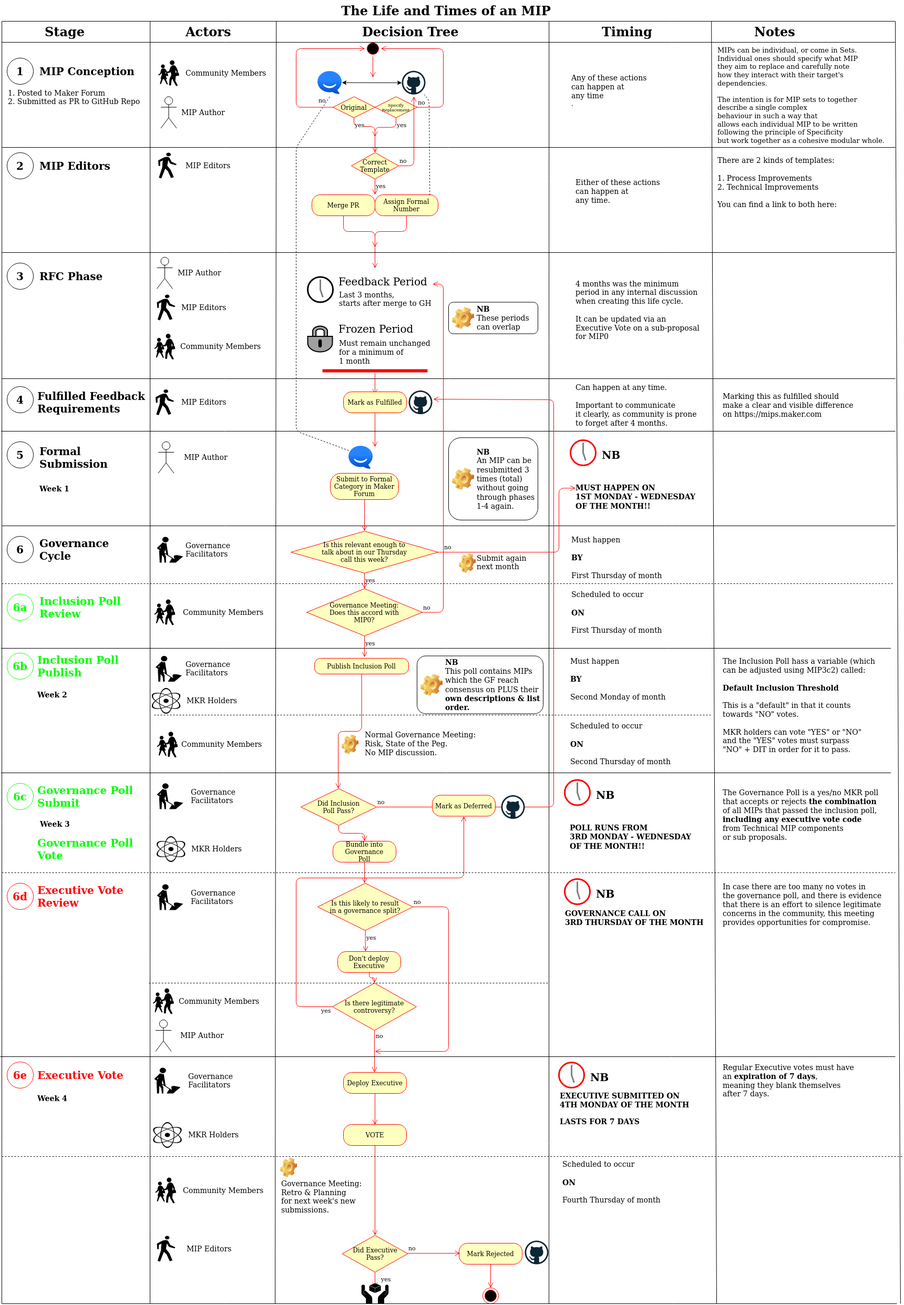
Earlier version of the draw.io export Life and Times of MIPs.png (andytudhope/maker-flow). Source tidied: cells renumbered, new cells last; positions are measured from the earlier drawing's top-left corner, leaving out a move shared by most shapes.
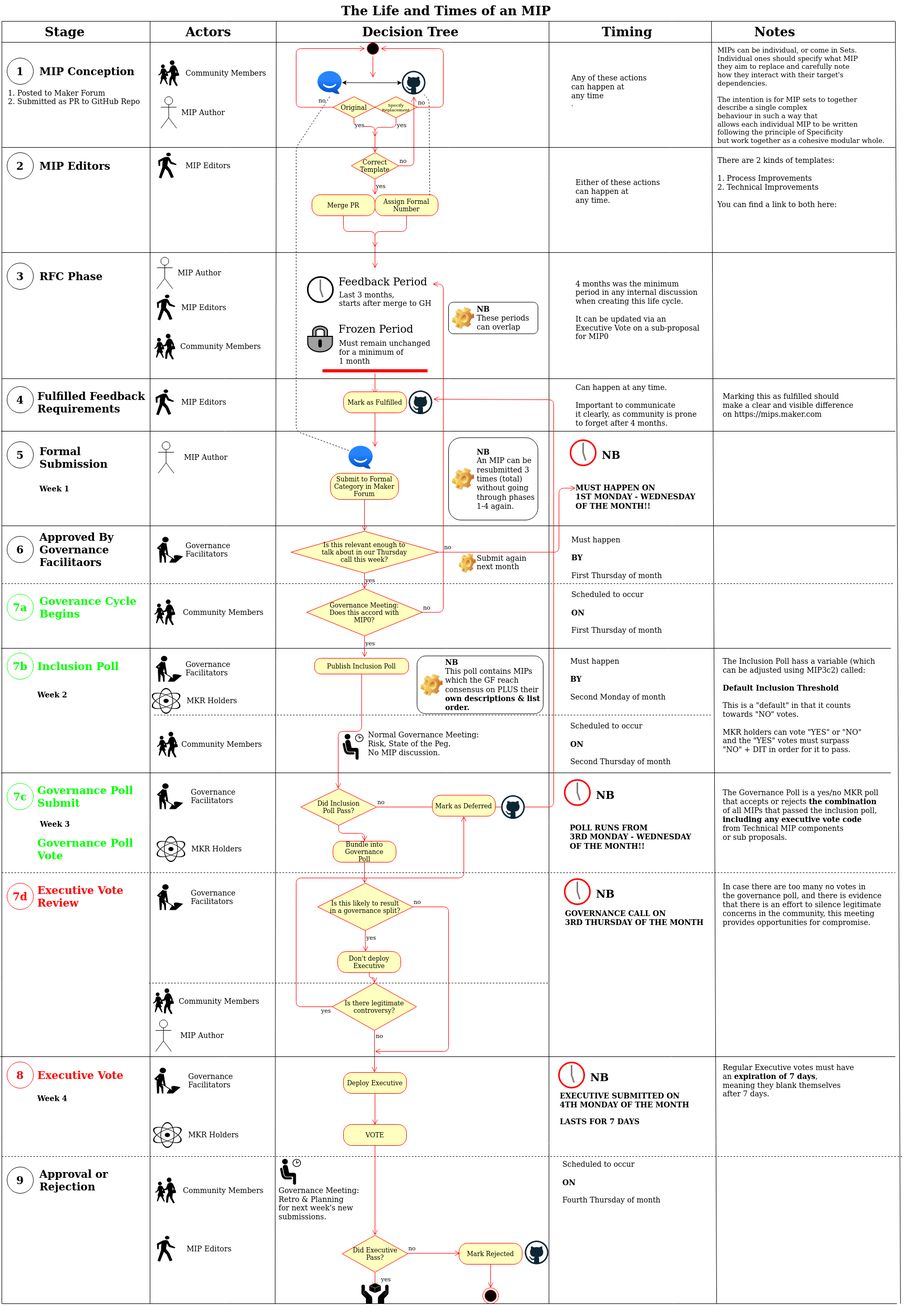
Later version of the same file.

Change to the diagram source:
```diff
@@ -305,8 +305,8 @@
     <mxCell id="77" value="&lt;b&gt;&lt;font style=&quot;font-size: 20px&quot;&gt;6&lt;/font&gt;&lt;/b&gt;" style="ellipse;whiteSpace=wrap;html=1;" parent="1" vertex="1">
       <mxGeometry x="13" y="1020" width="50" height="50" as="geometry" />
     </mxCell>
-    <mxCell id="78" value="&lt;div style=&quot;font-size: 20px&quot; align=&quot;left&quot;&gt;&lt;font style=&quot;font-size: 20px&quot;&gt;&lt;b&gt;Governance&lt;/b&gt;&lt;/font&gt;&lt;/div&gt;&lt;div style=&quot;font-size: 20px&quot; align=&quot;left&quot;&gt;&lt;font style=&quot;font-size: 20px&quot;&gt;&lt;b&gt;Cycle&lt;br&gt;&lt;/b&gt;&lt;/font&gt;&lt;/div&gt;" style="text;html=1;align=left;verticalAlign=middle;" parent="1" vertex="1">
-      <mxGeometry x="73" y="1030" width="150" height="30" as="geometry" />
+    <mxCell id="78" value="&lt;div style=&quot;font-size: 20px&quot; align=&quot;left&quot;&gt;&lt;font style=&quot;font-size: 20px&quot;&gt;&lt;b&gt;Approved By&lt;/b&gt;&lt;/font&gt;&lt;/div&gt;&lt;div style=&quot;font-size: 20px&quot; align=&quot;left&quot;&gt;&lt;font style=&quot;font-size: 20px&quot;&gt;&lt;b&gt;Governance&lt;/b&gt;&lt;/font&gt;&lt;/div&gt;&lt;div style=&quot;font-size: 20px&quot; align=&quot;left&quot;&gt;&lt;font style=&quot;font-size: 20px&quot;&gt;&lt;b&gt;Facilitaors&lt;br&gt;&lt;/b&gt;&lt;/font&gt;&lt;/div&gt;" style="text;html=1;align=left;verticalAlign=middle;" parent="1" vertex="1">
+      <mxGeometry x="73" y="1020" width="160" height="50" as="geometry" />
     </mxCell>
     <mxCell id="79" value="&lt;div style=&quot;font-size: 14px&quot; align=&quot;left&quot;&gt;&lt;font style=&quot;font-size: 14px&quot;&gt;Governance&lt;/font&gt;&lt;/div&gt;&lt;div style=&quot;font-size: 14px&quot; align=&quot;left&quot;&gt;&lt;font style=&quot;font-size: 14px&quot;&gt;Facilitators&lt;br&gt;&lt;/font&gt;&lt;/div&gt;" style="text;html=1;align=left;verticalAlign=middle;" parent="1" vertex="1">
       <mxGeometry x="350.5" y="1030.5" width="100" height="30" as="geometry" />
@@ -369,11 +369,11 @@
     <mxCell id="95" value="&lt;div style=&quot;font-size: 14px&quot; align=&quot;left&quot;&gt;&lt;font style=&quot;font-size: 14px&quot;&gt;Must happen&lt;/font&gt;&lt;/div&gt;&lt;div style=&quot;font-size: 14px&quot; align=&quot;left&quot;&gt;&lt;font style=&quot;font-size: 14px&quot;&gt;&lt;br&gt;&lt;/font&gt;&lt;/div&gt;&lt;div style=&quot;font-size: 14px&quot; align=&quot;left&quot;&gt;&lt;b&gt;&lt;font style=&quot;font-size: 14px&quot;&gt;BY&lt;/font&gt;&lt;/b&gt;&lt;/div&gt;&lt;div style=&quot;font-size: 14px&quot; align=&quot;left&quot;&gt;&lt;font style=&quot;font-size: 14px&quot;&gt;&lt;br&gt;&lt;/font&gt;&lt;/div&gt;&lt;div style=&quot;font-size: 14px&quot; align=&quot;left&quot;&gt;&lt;font style=&quot;font-size: 14px&quot;&gt;First Thursday of month&lt;br&gt;&lt;/font&gt;&lt;/div&gt;" style="text;html=1;align=left;verticalAlign=middle;" parent="1" vertex="1">
       <mxGeometry x="1085" y="1021" width="190" height="80" as="geometry" />
     </mxCell>
-    <mxCell id="96" value="&lt;font color=&quot;#00FF00&quot;&gt;&lt;b&gt;&lt;font style=&quot;font-size: 20px&quot;&gt;6b&lt;/font&gt;&lt;/b&gt;&lt;/font&gt;" style="ellipse;whiteSpace=wrap;html=1;strokeColor=#00FF00;" parent="1" vertex="1">
+    <mxCell id="96" value="&lt;font color=&quot;#00FF00&quot;&gt;&lt;b&gt;&lt;font style=&quot;font-size: 20px&quot;&gt;7b&lt;/font&gt;&lt;/b&gt;&lt;/font&gt;" style="ellipse;whiteSpace=wrap;html=1;strokeColor=#00FF00;" parent="1" vertex="1">
       <mxGeometry x="13" y="1242" width="50" height="50" as="geometry" />
     </mxCell>
-    <mxCell id="97" value="&lt;div style=&quot;font-size: 20px&quot; align=&quot;left&quot;&gt;&lt;font style=&quot;font-size: 20px&quot; color=&quot;#00FF00&quot;&gt;&lt;b&gt;Inclusion Poll&lt;/b&gt;&lt;/font&gt;&lt;/div&gt;&lt;div style=&quot;font-size: 20px&quot; align=&quot;left&quot;&gt;&lt;font style=&quot;font-size: 20px&quot; color=&quot;#00FF00&quot;&gt;&lt;b&gt;Publish&lt;br&gt;&lt;/b&gt;&lt;/font&gt;&lt;/div&gt;" style="text;html=1;align=left;verticalAlign=middle;" parent="1" vertex="1">
-      <mxGeometry x="69" y="1252" width="170" height="30" as="geometry" />
+    <mxCell id="97" value="&lt;div style=&quot;font-size: 20px&quot; align=&quot;left&quot;&gt;&lt;font style=&quot;font-size: 20px&quot; color=&quot;#00FF00&quot;&gt;&lt;b&gt;Inclusion Poll&lt;/b&gt;&lt;/font&gt;&lt;/div&gt;" style="text;html=1;align=left;verticalAlign=middle;" parent="1" vertex="1">
+      <mxGeometry x="69" y="1257" width="170" height="20" as="geometry" />
     </mxCell>
     <mxCell id="98" style="endArrow=none;dashed=1;html=1;exitX=0.869;exitY=0.025;exitDx=0;exitDy=0;exitPerimeter=0;" parent="1" edge="1" source="36" target="5">
       <mxGeometry relative="1" as="geometry">
@@ -417,11 +417,11 @@
     <mxCell id="108" value="&lt;div style=&quot;font-size: 14px&quot; align=&quot;left&quot;&gt;&lt;font style=&quot;font-size: 14px&quot;&gt;The Inclusion Poll hass a variable (which&lt;/font&gt;&lt;/div&gt;&lt;div style=&quot;font-size: 14px&quot; align=&quot;left&quot;&gt;&lt;font style=&quot;font-size: 14px&quot;&gt;can be adjusted using MIP3c2) called:&lt;/font&gt;&lt;/div&gt;&lt;div style=&quot;font-size: 14px&quot; align=&quot;left&quot;&gt;&lt;font style=&quot;font-size: 14px&quot;&gt;&lt;br&gt;&lt;/font&gt;&lt;/div&gt;&lt;div style=&quot;font-size: 14px&quot; align=&quot;left&quot;&gt;&lt;b&gt;&lt;font style=&quot;font-size: 14px&quot;&gt;Default Inclusion Threshold&lt;/font&gt;&lt;/b&gt;&lt;/div&gt;&lt;div style=&quot;font-size: 14px&quot; align=&quot;left&quot;&gt;&lt;font style=&quot;font-size: 14px&quot;&gt;&lt;br&gt;&lt;/font&gt;&lt;/div&gt;&lt;div style=&quot;font-size: 14px&quot; align=&quot;left&quot;&gt;&lt;font style=&quot;font-size: 14px&quot;&gt;This is a &quot;default&quot; in that it counts&lt;/font&gt;&lt;/div&gt;&lt;div style=&quot;font-size: 14px&quot; align=&quot;left&quot;&gt;&lt;font style=&quot;font-size: 14px&quot;&gt;towards &quot;NO&quot; votes.&lt;/font&gt;&lt;/div&gt;&lt;div style=&quot;font-size: 14px&quot; align=&quot;left&quot;&gt;&lt;font style=&quot;font-size: 14px&quot;&gt;&lt;br&gt;&lt;/font&gt;&lt;/div&gt;&lt;div style=&quot;font-size: 14px&quot; align=&quot;left&quot;&gt;&lt;font style=&quot;font-size: 14px&quot;&gt;MKR holders can vote &quot;YES&quot; or &quot;NO&quot;&lt;/font&gt;&lt;/div&gt;&lt;div style=&quot;font-size: 14px&quot; align=&quot;left&quot;&gt;&lt;font style=&quot;font-size: 14px&quot;&gt;and the &quot;YES&quot; votes must surpass&lt;/font&gt;&lt;/div&gt;&lt;div style=&quot;font-size: 14px&quot; align=&quot;left&quot;&gt;&lt;font style=&quot;font-size: 14px&quot;&gt;&quot;NO&quot; + DIT in order for it to pass.&lt;br&gt;&lt;/font&gt;&lt;/div&gt;" style="text;html=1;align=left;verticalAlign=middle;" parent="1" vertex="1">
       <mxGeometry x="1373" y="1262" width="310" height="160" as="geometry" />
     </mxCell>
-    <mxCell id="109" value="&lt;font color=&quot;#00FF00&quot;&gt;&lt;b&gt;&lt;font style=&quot;font-size: 20px&quot;&gt;6a&lt;/font&gt;&lt;/b&gt;&lt;/font&gt;" style="ellipse;whiteSpace=wrap;html=1;strokeColor=#00FF00;" parent="1" vertex="1">
+    <mxCell id="109" value="&lt;font color=&quot;#00FF00&quot;&gt;&lt;b&gt;&lt;font style=&quot;font-size: 20px&quot;&gt;7a&lt;/font&gt;&lt;/b&gt;&lt;/font&gt;" style="ellipse;whiteSpace=wrap;html=1;strokeColor=#00FF00;" parent="1" vertex="1">
       <mxGeometry x="13" y="1130" width="50" height="50" as="geometry" />
     </mxCell>
-    <mxCell id="110" value="&lt;div style=&quot;font-size: 20px&quot; align=&quot;left&quot;&gt;&lt;font style=&quot;font-size: 20px&quot; color=&quot;#00FF00&quot;&gt;&lt;b&gt;Inclusion Poll&lt;/b&gt;&lt;/font&gt;&lt;/div&gt;&lt;div style=&quot;font-size: 20px&quot; align=&quot;left&quot;&gt;&lt;font style=&quot;font-size: 20px&quot; color=&quot;#00FF00&quot;&gt;&lt;b&gt;Review&lt;br&gt;&lt;/b&gt;&lt;/font&gt;&lt;/div&gt;" style="text;html=1;align=left;verticalAlign=middle;" parent="1" vertex="1">
-      <mxGeometry x="73" y="1140" width="170" height="30" as="geometry" />
+    <mxCell id="110" value="&lt;div style=&quot;font-size: 20px&quot; align=&quot;left&quot;&gt;&lt;font style=&quot;font-size: 20px&quot; color=&quot;#00FF00&quot;&gt;&lt;b&gt;Goverance Cycle&lt;/b&gt;&lt;/font&gt;&lt;/div&gt;&lt;div style=&quot;font-size: 20px&quot; align=&quot;left&quot;&gt;&lt;font style=&quot;font-size: 20px&quot; color=&quot;#00FF00&quot;&gt;&lt;b&gt;Begins&lt;br&gt;&lt;/b&gt;&lt;/font&gt;&lt;/div&gt;" style="text;html=1;align=left;verticalAlign=middle;" parent="1" vertex="1">
+      <mxGeometry x="73" y="1140" width="200" height="30" as="geometry" />
     </mxCell>
     <mxCell id="111" style="endArrow=none;dashed=1;html=1;" parent="1" edge="1">
       <mxGeometry relative="1" as="geometry">
@@ -465,11 +465,8 @@
         <mxPoint x="1353" y="1360" as="targetPoint" />
       </mxGeometry>
     </mxCell>
-    <mxCell id="120" style="shape=image;html=1;verticalLabelPosition=bottom;labelBackgroundColor=#ffffff;verticalAlign=top;imageAspect=1;image=img/clipart/Gear_128x128.png;strokeColor=#000000;fillColor=#FFFFFF;fontSize=14;align=center;" parent="1" vertex="1">
-      <mxGeometry x="650" y="1397.5" width="32" height="37.5" as="geometry" />
-    </mxCell>
     <mxCell id="121" value="&lt;div&gt;Normal Governance Meeting:&lt;/div&gt;&lt;div&gt;Risk, State of the Peg. &lt;br&gt;&lt;/div&gt;&lt;div&gt;No MIP discussion.&lt;br&gt;&lt;/div&gt;" style="text;html=1;align=left;verticalAlign=middle;fontSize=14;" parent="1" vertex="1">
-      <mxGeometry x="692" y="1385" width="230" height="60" as="geometry" />
+      <mxGeometry x="698" y="1385" width="230" height="60" as="geometry" />
     </mxCell>
     <mxCell id="122" style="shape=mxgraph.signs.people.pedestrian;html=1;fillColor=#000000;strokeColor=none;verticalLabelPosition=bottom;verticalAlign=top;align=center;" parent="1" vertex="1">
       <mxGeometry x="298" y="1391.7" width="40" height="49" as="geometry" />
@@ -486,7 +483,7 @@
         <mxPoint x="1694.5" y="1470" as="targetPoint" />
       </mxGeometry>
     </mxCell>
-    <mxCell id="126" value="&lt;font color=&quot;#00FF00&quot;&gt;&lt;b&gt;&lt;font style=&quot;font-size: 20px&quot;&gt;6c&lt;/font&gt;&lt;/b&gt;&lt;/font&gt;" style="ellipse;whiteSpace=wrap;html=1;strokeColor=#00FF00;" parent="1" vertex="1">
+    <mxCell id="126" value="&lt;font color=&quot;#00FF00&quot;&gt;&lt;b&gt;&lt;font style=&quot;font-size: 20px&quot;&gt;7c&lt;/font&gt;&lt;/b&gt;&lt;/font&gt;" style="ellipse;whiteSpace=wrap;html=1;strokeColor=#00FF00;" parent="1" vertex="1">
       <mxGeometry x="13" y="1490" width="50" height="50" as="geometry" />
     </mxCell>
     <mxCell id="127" value="&lt;div style=&quot;font-size: 20px&quot; align=&quot;left&quot;&gt;&lt;font style=&quot;font-size: 20px&quot; color=&quot;#00FF00&quot;&gt;&lt;b&gt;Governance Poll&lt;/b&gt;&lt;/font&gt;&lt;/div&gt;&lt;div style=&quot;font-size: 20px&quot; align=&quot;left&quot;&gt;&lt;font style=&quot;font-size: 20px&quot; color=&quot;#00FF00&quot;&gt;&lt;b&gt;Submit&lt;br&gt;&lt;/b&gt;&lt;/font&gt;&lt;/div&gt;" style="text;html=1;align=left;verticalAlign=middle;" parent="1" vertex="1">
@@ -539,7 +536,7 @@
     <mxCell id="139" value="&lt;div style=&quot;font-size: 20px&quot; align=&quot;left&quot;&gt;&lt;font style=&quot;font-size: 20px&quot; color=&quot;#00FF00&quot;&gt;&lt;b&gt;Governance Poll&lt;/b&gt;&lt;/font&gt;&lt;/div&gt;&lt;div style=&quot;font-size: 20px&quot; align=&quot;left&quot;&gt;&lt;font style=&quot;font-size: 20px&quot; color=&quot;#00FF00&quot;&gt;&lt;b&gt;Vote&lt;br&gt;&lt;/b&gt;&lt;/font&gt;&lt;/div&gt;" style="text;html=1;align=left;verticalAlign=middle;" parent="1" vertex="1">
       <mxGeometry x="69" y="1600" width="200" height="30" as="geometry" />
     </mxCell>
-    <mxCell id="140" value="&lt;font color=&quot;#FF0000&quot;&gt;&lt;b&gt;&lt;font style=&quot;font-size: 20px&quot;&gt;6d&lt;/font&gt;&lt;/b&gt;&lt;/font&gt;" style="ellipse;whiteSpace=wrap;html=1;strokeColor=#FF0000;" parent="1" vertex="1">
+    <mxCell id="140" value="&lt;font color=&quot;#FF0000&quot;&gt;&lt;b&gt;&lt;font style=&quot;font-size: 20px&quot;&gt;7d&lt;/font&gt;&lt;/b&gt;&lt;/font&gt;" style="ellipse;whiteSpace=wrap;html=1;strokeColor=#FF0000;" parent="1" vertex="1">
       <mxGeometry x="13" y="1680" width="50" height="50" as="geometry" />
     </mxCell>
     <mxCell id="141" value="&lt;div style=&quot;font-size: 20px&quot; align=&quot;left&quot;&gt;&lt;font style=&quot;font-size: 20px&quot; color=&quot;#FF0000&quot;&gt;&lt;b&gt;Executive Vote&lt;br&gt;&lt;/b&gt;&lt;/font&gt;&lt;/div&gt;&lt;div style=&quot;font-size: 20px&quot; align=&quot;left&quot;&gt;&lt;font style=&quot;font-size: 20px&quot; color=&quot;#FF0000&quot;&gt;&lt;b&gt;Review&lt;br&gt;&lt;/b&gt;&lt;/font&gt;&lt;/div&gt;" style="text;html=1;align=left;verticalAlign=middle;" parent="1" vertex="1">
@@ -627,7 +624,7 @@
         <mxPoint x="1703" y="2010" as="targetPoint" />
       </mxGeometry>
     </mxCell>
-    <mxCell id="162" value="&lt;font color=&quot;#FF0000&quot;&gt;&lt;b&gt;&lt;font style=&quot;font-size: 20px&quot;&gt;6e&lt;/font&gt;&lt;/b&gt;&lt;/font&gt;" style="ellipse;whiteSpace=wrap;html=1;strokeColor=#FF0000;" parent="1" vertex="1">
+    <mxCell id="162" value="&lt;font color=&quot;#FF0000&quot;&gt;&lt;b&gt;&lt;font style=&quot;font-size: 20px&quot;&gt;8&lt;/font&gt;&lt;/b&gt;&lt;/font&gt;" style="ellipse;whiteSpace=wrap;html=1;strokeColor=#FF0000;" parent="1" vertex="1">
       <mxGeometry x="13" y="2020" width="50" height="50" as="geometry" />
     </mxCell>
     <mxCell id="163" value="&lt;div style=&quot;font-size: 20px&quot; align=&quot;left&quot;&gt;&lt;font style=&quot;font-size: 20px&quot; color=&quot;#FF0000&quot;&gt;&lt;b&gt;Executive Vote&lt;br&gt;&lt;/b&gt;&lt;/font&gt;&lt;/div&gt;" style="text;html=1;align=left;verticalAlign=middle;" parent="1" vertex="1">
@@ -727,11 +724,8 @@
     <mxCell id="192" value="&lt;div style=&quot;font-size: 14px&quot; align=&quot;left&quot;&gt;&lt;font style=&quot;font-size: 14px&quot;&gt;Community Members&lt;br&gt;&lt;/font&gt;&lt;/div&gt;" style="text;html=1;align=left;verticalAlign=middle;" parent="1" vertex="1">
       <mxGeometry x="346.2" y="2254.5" width="170" height="20" as="geometry" />
     </mxCell>
-    <mxCell id="193" style="shape=image;html=1;verticalLabelPosition=bottom;labelBackgroundColor=#ffffff;verticalAlign=top;imageAspect=1;image=img/clipart/Gear_128x128.png;strokeColor=#000000;fillColor=#FFFFFF;fontSize=14;align=center;" parent="1" vertex="1">
-      <mxGeometry x="533" y="2202.5" width="32" height="37.5" as="geometry" />
-    </mxCell>
     <mxCell id="194" value="&lt;div&gt;Governance Meeting:&lt;/div&gt;&lt;div&gt;Retro &amp;amp; Planning &lt;br&gt;&lt;/div&gt;&lt;div&gt;for next week's new&lt;/div&gt;&lt;div&gt;submissions.&lt;br&gt;&lt;/div&gt;" style="text;html=1;align=left;verticalAlign=middle;fontSize=14;" parent="1" vertex="1">
-      <mxGeometry x="533" y="2242" width="170" height="70" as="geometry" />
+      <mxGeometry x="528" y="2254.5" width="170" height="70" as="geometry" />
     </mxCell>
     <mxCell id="195" value="no" style="edgeStyle=orthogonalEdgeStyle;html=1;align=left;verticalAlign=bottom;endArrow=open;endSize=8;strokeColor=#ff0000;" parent="1" edge="1">
       <mxGeometry x="-1" relative="1" as="geometry">
@@ -787,5 +781,17 @@
     <mxCell id="207" value="&lt;div style=&quot;font-size: 14px&quot; align=&quot;left&quot;&gt;&lt;font style=&quot;font-size: 14px&quot;&gt;MKR Holders&lt;br&gt;&lt;/font&gt;&lt;/div&gt;" style="text;html=1;align=left;verticalAlign=middle;" parent="1" vertex="1">
       <mxGeometry x="362.2" y="1605" width="110" height="20" as="geometry" />
     </mxCell>
+    <mxCell id="208" style="shape=mxgraph.signs.people.waiting_room_1;html=1;fillColor=#000000;strokeColor=none;verticalLabelPosition=bottom;verticalAlign=top;align=center;" parent="1" vertex="1">
+      <mxGeometry x="651" y="1396" width="40" height="50" as="geometry" />
+    </mxCell>
+    <mxCell id="209" style="shape=mxgraph.signs.people.waiting_room_1;html=1;fillColor=#000000;strokeColor=none;verticalLabelPosition=bottom;verticalAlign=top;align=center;" parent="1" vertex="1">
+      <mxGeometry x="532" y="2204.5" width="40" height="50" as="geometry" />
+    </mxCell>
+    <mxCell id="210" value="&lt;b&gt;&lt;font style=&quot;font-size: 20px&quot;&gt;9&lt;/font&gt;&lt;/b&gt;" style="ellipse;whiteSpace=wrap;html=1;" parent="1" vertex="1">
+      <mxGeometry x="13" y="2220" width="50" height="50" as="geometry" />
+    </mxCell>
+    <mxCell id="211" value="&lt;div style=&quot;font-size: 20px&quot; align=&quot;left&quot;&gt;&lt;font style=&quot;font-size: 20px&quot;&gt;&lt;b&gt;Approval or &lt;br&gt;&lt;/b&gt;&lt;/font&gt;&lt;/div&gt;&lt;div style=&quot;font-size: 20px&quot; align=&quot;left&quot;&gt;&lt;font style=&quot;font-size: 20px&quot;&gt;&lt;b&gt;Rejection&lt;br&gt;&lt;/b&gt;&lt;/font&gt;&lt;/div&gt;" style="text;html=1;align=left;verticalAlign=middle;" parent="1" vertex="1">
+      <mxGeometry x="73" y="2230" width="150" height="30" as="geometry" />
+    </mxCell>
   </root>
 </mxGraphModel>
```
